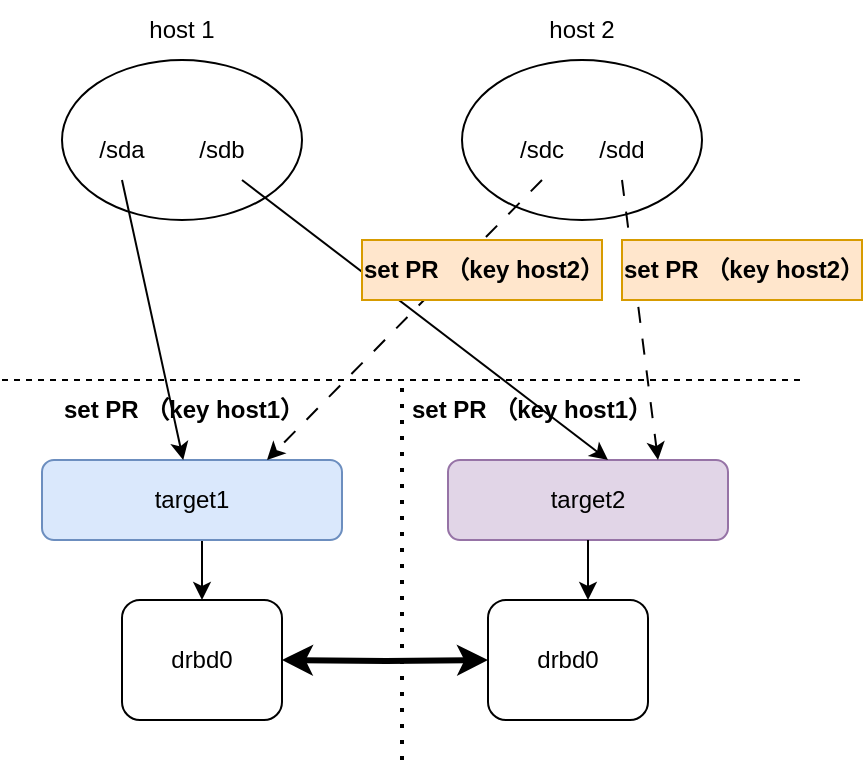
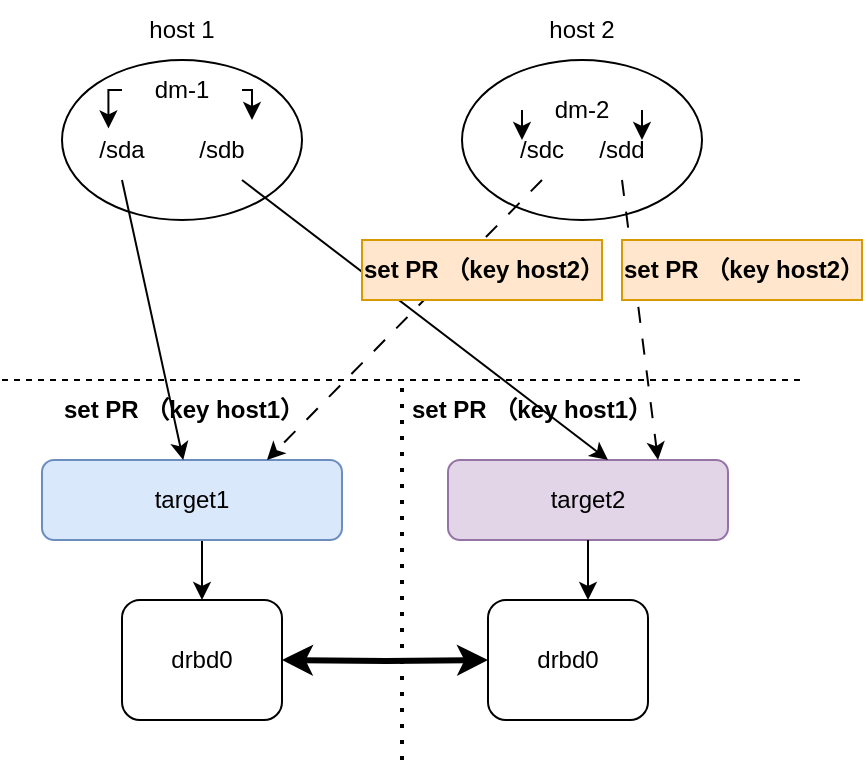
<mxfile host="app.diagrams.net">
  <diagram name="第 1 页" id="Ifx6KEgPPU0D2kjR70l6">
    <mxGraphModel dx="1021" dy="637" grid="1" gridSize="10" guides="0" tooltips="1" connect="1" arrows="1" fold="1" page="1" pageScale="1" pageWidth="827" pageHeight="1169" math="0" shadow="0">
      <root>
        <mxCell id="0" />
        <mxCell id="1" parent="0" />
        <mxCell id="BN7UGvUSFtl_CjC36wmj-23" edge="1" parent="1" source="BN7UGvUSFtl_CjC36wmj-1" style="edgeStyle=orthogonalEdgeStyle;rounded=0;orthogonalLoop=1;jettySize=auto;html=1;exitX=0.5;exitY=1;exitDx=0;exitDy=0;entryX=0.5;entryY=0;entryDx=0;entryDy=0;" target="BN7UGvUSFtl_CjC36wmj-17">
          <mxGeometry relative="1" as="geometry" />
        </mxCell>
        <mxCell id="BN7UGvUSFtl_CjC36wmj-1" parent="1" style="rounded=1;whiteSpace=wrap;html=1;fillColor=#dae8fc;strokeColor=#6c8ebf;" value="target1" vertex="1">
          <mxGeometry height="40" width="150" x="200" y="240" as="geometry" />
        </mxCell>
        <mxCell id="BN7UGvUSFtl_CjC36wmj-2" parent="1" style="rounded=1;whiteSpace=wrap;html=1;fillColor=#e1d5e7;strokeColor=#9673a6;" value="target2" vertex="1">
          <mxGeometry height="40" width="140" x="403" y="240" as="geometry" />
        </mxCell>
        <mxCell id="BN7UGvUSFtl_CjC36wmj-3" edge="1" parent="1" style="endArrow=none;dashed=1;html=1;rounded=0;" value="">
          <mxGeometry height="50" relative="1" width="50" as="geometry">
            <mxPoint x="180" y="200" as="sourcePoint" />
            <mxPoint x="580" y="200" as="targetPoint" />
          </mxGeometry>
        </mxCell>
        <mxCell id="BN7UGvUSFtl_CjC36wmj-4" parent="1" style="ellipse;whiteSpace=wrap;html=1;" value="" vertex="1">
          <mxGeometry height="80" width="120" x="210" y="40" as="geometry" />
        </mxCell>
        <mxCell id="BN7UGvUSFtl_CjC36wmj-5" parent="1" style="ellipse;whiteSpace=wrap;html=1;" value="" vertex="1">
          <mxGeometry height="80" width="120" x="410" y="40" as="geometry" />
        </mxCell>
        <mxCell id="BN7UGvUSFtl_CjC36wmj-7" edge="1" parent="1" source="jlSp_G2U_6gr9TUBWSZ1-6" style="endArrow=classic;html=1;rounded=0;exitX=0.5;exitY=1;exitDx=0;exitDy=0;" target="BN7UGvUSFtl_CjC36wmj-1" value="">
          <mxGeometry height="50" relative="1" width="50" as="geometry">
            <mxPoint x="390" y="360" as="sourcePoint" />
            <mxPoint x="440" y="310" as="targetPoint" />
          </mxGeometry>
        </mxCell>
        <mxCell id="BN7UGvUSFtl_CjC36wmj-8" edge="1" parent="1" style="endArrow=classic;html=1;rounded=0;entryX=0.5;entryY=0;entryDx=0;entryDy=0;exitX=0.5;exitY=1;exitDx=0;exitDy=0;" value="">
          <mxGeometry height="50" relative="1" width="50" as="geometry">
            <mxPoint x="300" y="100" as="sourcePoint" />
            <mxPoint x="483" y="240" as="targetPoint" />
          </mxGeometry>
        </mxCell>
        <mxCell id="BN7UGvUSFtl_CjC36wmj-12" edge="1" parent="1" style="edgeStyle=orthogonalEdgeStyle;rounded=0;orthogonalLoop=1;jettySize=auto;html=1;exitX=1;exitY=0.5;exitDx=0;exitDy=0;entryX=0;entryY=0.5;entryDx=0;entryDy=0;startArrow=classic;startFill=1;curved=0;strokeWidth=3;" target="BN7UGvUSFtl_CjC36wmj-20">
          <mxGeometry relative="1" as="geometry">
            <mxPoint x="320" y="340" as="sourcePoint" />
            <mxPoint x="410" y="340" as="targetPoint" />
          </mxGeometry>
        </mxCell>
        <mxCell id="BN7UGvUSFtl_CjC36wmj-14" parent="1" style="text;html=1;whiteSpace=wrap;strokeColor=none;fillColor=none;align=center;verticalAlign=middle;rounded=0;" value="&lt;b&gt;set PR （key host1）&lt;/b&gt;" vertex="1">
          <mxGeometry height="30" width="120" x="210" y="200" as="geometry" />
        </mxCell>
        <mxCell id="BN7UGvUSFtl_CjC36wmj-16" parent="1" style="text;html=1;whiteSpace=wrap;strokeColor=none;fillColor=none;align=center;verticalAlign=middle;rounded=0;" value="&lt;b&gt;set PR （key host1）&lt;/b&gt;" vertex="1">
          <mxGeometry height="30" width="130" x="380" y="200" as="geometry" />
        </mxCell>
        <mxCell id="BN7UGvUSFtl_CjC36wmj-17" parent="1" style="rounded=1;whiteSpace=wrap;html=1;" value="drbd0" vertex="1">
          <mxGeometry height="60" width="80" x="240" y="310" as="geometry" />
        </mxCell>
        <mxCell id="BN7UGvUSFtl_CjC36wmj-20" parent="1" style="rounded=1;whiteSpace=wrap;html=1;" value="drbd0" vertex="1">
          <mxGeometry height="60" width="80" x="423" y="310" as="geometry" />
        </mxCell>
        <mxCell id="BN7UGvUSFtl_CjC36wmj-21" edge="1" parent="1" style="endArrow=none;dashed=1;html=1;dashPattern=1 3;strokeWidth=2;rounded=0;" value="">
          <mxGeometry height="50" relative="1" width="50" as="geometry">
            <mxPoint x="380" y="390" as="sourcePoint" />
            <mxPoint x="380" y="200" as="targetPoint" />
          </mxGeometry>
        </mxCell>
        <mxCell id="BN7UGvUSFtl_CjC36wmj-24" edge="1" parent="1" source="BN7UGvUSFtl_CjC36wmj-2" style="edgeStyle=orthogonalEdgeStyle;rounded=0;orthogonalLoop=1;jettySize=auto;html=1;exitX=0.5;exitY=1;exitDx=0;exitDy=0;entryX=0.625;entryY=0;entryDx=0;entryDy=0;entryPerimeter=0;" target="BN7UGvUSFtl_CjC36wmj-20">
          <mxGeometry relative="1" as="geometry" />
        </mxCell>
        <mxCell id="jlSp_G2U_6gr9TUBWSZ1-2" edge="1" parent="1" source="jlSp_G2U_6gr9TUBWSZ1-7" style="endArrow=classic;html=1;rounded=0;exitX=0.5;exitY=1;exitDx=0;exitDy=0;entryX=0.75;entryY=0;entryDx=0;entryDy=0;dashed=1;dashPattern=8 8;" target="BN7UGvUSFtl_CjC36wmj-1" value="">
          <mxGeometry height="50" relative="1" width="50" as="geometry">
            <mxPoint x="390" y="360" as="sourcePoint" />
            <mxPoint x="440" y="310" as="targetPoint" />
          </mxGeometry>
        </mxCell>
        <mxCell id="jlSp_G2U_6gr9TUBWSZ1-3" edge="1" parent="1" source="jlSp_G2U_6gr9TUBWSZ1-11" style="endArrow=classic;html=1;rounded=0;exitX=0.5;exitY=1;exitDx=0;exitDy=0;entryX=0.75;entryY=0;entryDx=0;entryDy=0;dashed=1;dashPattern=8 8;" target="BN7UGvUSFtl_CjC36wmj-2" value="">
          <mxGeometry height="50" relative="1" width="50" as="geometry">
            <mxPoint x="577" y="150" as="sourcePoint" />
            <mxPoint x="420" y="270" as="targetPoint" />
          </mxGeometry>
        </mxCell>
        <mxCell id="jlSp_G2U_6gr9TUBWSZ1-4" parent="1" style="text;html=1;whiteSpace=wrap;strokeColor=#d79b00;fillColor=#ffe6cc;align=center;verticalAlign=middle;rounded=0;" value="&lt;b&gt;set PR （key host2）&lt;/b&gt;" vertex="1">
          <mxGeometry height="30" width="120" x="360" y="130" as="geometry" />
        </mxCell>
        <mxCell id="jlSp_G2U_6gr9TUBWSZ1-5" parent="1" style="text;html=1;whiteSpace=wrap;strokeColor=#d79b00;fillColor=#ffe6cc;align=center;verticalAlign=middle;rounded=0;" value="&lt;b&gt;set PR （key host2）&lt;/b&gt;" vertex="1">
          <mxGeometry height="30" width="120" x="490" y="130" as="geometry" />
        </mxCell>
        <mxCell id="jlSp_G2U_6gr9TUBWSZ1-6" parent="1" style="text;html=1;whiteSpace=wrap;strokeColor=none;fillColor=none;align=center;verticalAlign=middle;rounded=0;" value="/sda" vertex="1">
          <mxGeometry height="30" width="60" x="210" y="70" as="geometry" />
        </mxCell>
        <mxCell id="jlSp_G2U_6gr9TUBWSZ1-7" parent="1" style="text;html=1;whiteSpace=wrap;strokeColor=none;fillColor=none;align=center;verticalAlign=middle;rounded=0;" value="/sdc" vertex="1">
          <mxGeometry height="30" width="60" x="420" y="70" as="geometry" />
        </mxCell>
        <mxCell id="jlSp_G2U_6gr9TUBWSZ1-8" parent="1" style="text;html=1;whiteSpace=wrap;strokeColor=none;fillColor=none;align=center;verticalAlign=middle;rounded=0;" value="host 1" vertex="1">
          <mxGeometry height="30" width="60" x="240" y="10" as="geometry" />
        </mxCell>
        <mxCell id="jlSp_G2U_6gr9TUBWSZ1-9" parent="1" style="text;html=1;whiteSpace=wrap;strokeColor=none;fillColor=none;align=center;verticalAlign=middle;rounded=0;" value="host 2" vertex="1">
          <mxGeometry height="30" width="60" x="440" y="10" as="geometry" />
        </mxCell>
        <mxCell id="jlSp_G2U_6gr9TUBWSZ1-10" parent="1" style="text;html=1;whiteSpace=wrap;strokeColor=none;fillColor=none;align=center;verticalAlign=middle;rounded=0;" value="/sdb" vertex="1">
          <mxGeometry height="30" width="60" x="260" y="70" as="geometry" />
        </mxCell>
        <mxCell id="jlSp_G2U_6gr9TUBWSZ1-11" parent="1" style="text;html=1;whiteSpace=wrap;strokeColor=none;fillColor=none;align=center;verticalAlign=middle;rounded=0;" value="/sdd" vertex="1">
          <mxGeometry height="30" width="60" x="460" y="70" as="geometry" />
        </mxCell>
+         <mxCell id="1AH8Og3Dh_rdGF8TJYDv-5" edge="1" parent="1" source="1AH8Og3Dh_rdGF8TJYDv-1" style="edgeStyle=orthogonalEdgeStyle;rounded=0;orthogonalLoop=1;jettySize=auto;html=1;exitX=1;exitY=0.5;exitDx=0;exitDy=0;entryX=0.75;entryY=0;entryDx=0;entryDy=0;" target="jlSp_G2U_6gr9TUBWSZ1-10">
+           <mxGeometry relative="1" as="geometry" />
+         </mxCell>
+         <mxCell id="1AH8Og3Dh_rdGF8TJYDv-1" parent="1" style="text;html=1;whiteSpace=wrap;strokeColor=none;fillColor=none;align=center;verticalAlign=middle;rounded=0;" value="dm-1" vertex="1">
+           <mxGeometry height="30" width="60" x="240" y="40" as="geometry" />
+         </mxCell>
+         <mxCell id="1AH8Og3Dh_rdGF8TJYDv-2" parent="1" style="text;html=1;whiteSpace=wrap;strokeColor=none;fillColor=none;align=center;verticalAlign=middle;rounded=0;" value="dm-2" vertex="1">
+           <mxGeometry height="30" width="60" x="440" y="50" as="geometry" />
+         </mxCell>
+         <mxCell id="1AH8Og3Dh_rdGF8TJYDv-4" edge="1" parent="1" source="1AH8Og3Dh_rdGF8TJYDv-1" style="edgeStyle=orthogonalEdgeStyle;rounded=0;orthogonalLoop=1;jettySize=auto;html=1;exitX=0;exitY=0.5;exitDx=0;exitDy=0;entryX=0.387;entryY=0.14;entryDx=0;entryDy=0;entryPerimeter=0;" target="jlSp_G2U_6gr9TUBWSZ1-6">
+           <mxGeometry relative="1" as="geometry" />
+         </mxCell>
+         <mxCell id="1AH8Og3Dh_rdGF8TJYDv-6" edge="1" parent="1" source="1AH8Og3Dh_rdGF8TJYDv-2" style="edgeStyle=orthogonalEdgeStyle;rounded=0;orthogonalLoop=1;jettySize=auto;html=1;exitX=0;exitY=0.5;exitDx=0;exitDy=0;entryX=0;entryY=1;entryDx=0;entryDy=0;" target="1AH8Og3Dh_rdGF8TJYDv-2">
+           <mxGeometry relative="1" as="geometry" />
+         </mxCell>
+         <mxCell id="1AH8Og3Dh_rdGF8TJYDv-7" edge="1" parent="1" source="1AH8Og3Dh_rdGF8TJYDv-2" style="edgeStyle=orthogonalEdgeStyle;rounded=0;orthogonalLoop=1;jettySize=auto;html=1;exitX=1;exitY=0.5;exitDx=0;exitDy=0;entryX=1;entryY=1;entryDx=0;entryDy=0;" target="1AH8Og3Dh_rdGF8TJYDv-2">
+           <mxGeometry relative="1" as="geometry" />
+         </mxCell>
      </root>
    </mxGraphModel>
  </diagram>
</mxfile>
